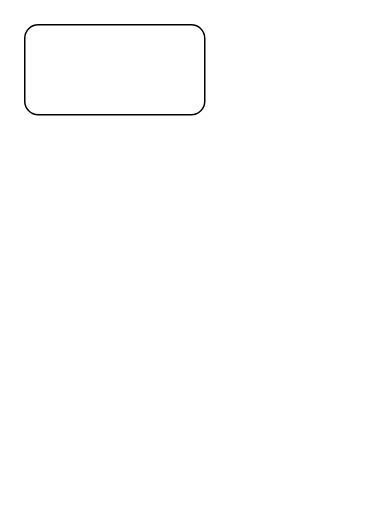
Before: аепр.drawio in dstalev-afk/Diagrams, a draw.io diagram. Source tidied: cells renumbered, new cells numbered last; positions are measured from the earlier drawing's top-left corner, leaving out a move shared by most shapes. Both pictures are drawn from the tidied source at 150%, with x=0, y=0 at pixel (24, 24).
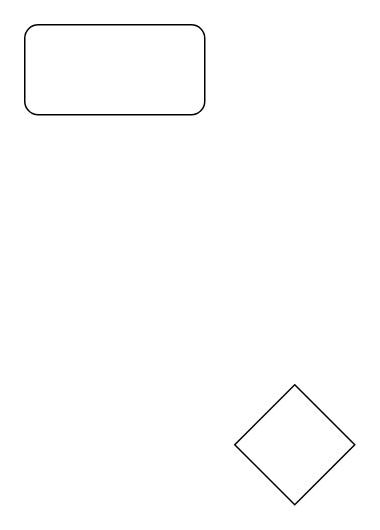
Above is the later version.

Change to the diagram source:
```diff
@@
 <mxGraphModel>
   <root>
     <mxCell id="0" />
     <mxCell id="1" parent="0" />
     <mxCell id="2" style="rounded=1;whiteSpace=wrap;html=1;" parent="1" vertex="1">
       <mxGeometry width="120" height="60" as="geometry" />
     </mxCell>
+    <mxCell id="3" style="rhombus;whiteSpace=wrap;html=1;" parent="1" vertex="1">
+      <mxGeometry x="140" y="240" width="80" height="80" as="geometry" />
+    </mxCell>
   </root>
 </mxGraphModel>
```
